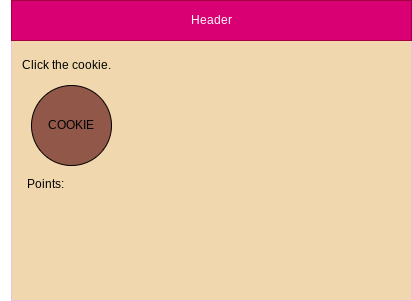
This is design/story-board.png from Liya-Getachew/ICS2O-Unit6-02-cookie-clicker, a draw.io export, as it was before one commit. Source tidied: cells renumbered, new cells last; positions are measured from the earlier drawing's top-left corner, leaving out a move shared by most shapes. The source it was exported from:
```xml
<mxGraphModel>
  <root>
    <mxCell id="0" />
    <mxCell id="1" parent="0" />
    <mxCell id="2" style="rounded=0;whiteSpace=wrap;html=1;strokeColor=#F0BEE1;fillColor=#F0D7AD;" parent="1" vertex="1">
      <mxGeometry x="11" width="400" height="300" as="geometry" />
    </mxCell>
    <mxCell id="3" value="Header" style="rounded=0;whiteSpace=wrap;html=1;fillColor=#d80073;fontColor=#ffffff;strokeColor=#A50040;" parent="1" vertex="1">
      <mxGeometry x="11" width="400" height="40" as="geometry" />
    </mxCell>
    <mxCell id="4" value="COOKIE" style="ellipse;whiteSpace=wrap;html=1;strokeColor=#000000;fillColor=#915749;" parent="1" vertex="1">
      <mxGeometry x="31" y="85" width="80" height="80" as="geometry" />
    </mxCell>
    <mxCell id="5" value="&lt;font color=&quot;#000000&quot;&gt;Click the cookie.&lt;/font&gt;" style="text;html=1;strokeColor=none;fillColor=none;align=center;verticalAlign=middle;whiteSpace=wrap;rounded=0;" parent="1" vertex="1">
      <mxGeometry x="11" y="50" width="110" height="30" as="geometry" />
    </mxCell>
    <mxCell id="6" value="Points:" style="text;html=1;strokeColor=none;fillColor=none;align=center;verticalAlign=middle;whiteSpace=wrap;rounded=0;fontColor=#000000;" parent="1" vertex="1">
      <mxGeometry y="169" width="90" height="30" as="geometry" />
    </mxCell>
  </root>
</mxGraphModel>
```
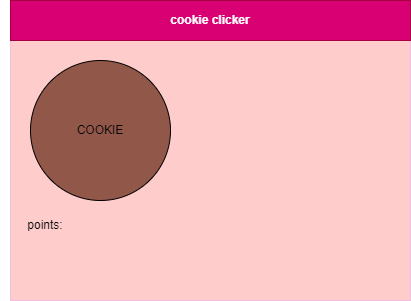
Above is the later version.

Commit message:
board and chart

The edit, as a diff of the source:
```diff
@@ -2,20 +2,17 @@
   <root>
     <mxCell id="0" />
     <mxCell id="1" parent="0" />
-    <mxCell id="2" style="rounded=0;whiteSpace=wrap;html=1;strokeColor=#F0BEE1;fillColor=#F0D7AD;" parent="1" vertex="1">
+    <mxCell id="2" style="rounded=0;whiteSpace=wrap;html=1;strokeColor=#F0BEE1;fillColor=#FFCCCC;" parent="1" vertex="1">
       <mxGeometry x="11" width="400" height="300" as="geometry" />
     </mxCell>
-    <mxCell id="3" value="Header" style="rounded=0;whiteSpace=wrap;html=1;fillColor=#d80073;fontColor=#ffffff;strokeColor=#A50040;" parent="1" vertex="1">
+    <mxCell id="3" value="cookie clicker" style="rounded=0;whiteSpace=wrap;html=1;fillColor=#d80073;fontColor=#ffffff;strokeColor=#A50040;fontStyle=1;" parent="1" vertex="1">
       <mxGeometry x="11" width="400" height="40" as="geometry" />
     </mxCell>
     <mxCell id="4" value="COOKIE" style="ellipse;whiteSpace=wrap;html=1;strokeColor=#000000;fillColor=#915749;" parent="1" vertex="1">
-      <mxGeometry x="31" y="85" width="80" height="80" as="geometry" />
+      <mxGeometry x="31" y="60" width="140" height="140" as="geometry" />
     </mxCell>
-    <mxCell id="5" value="&lt;font color=&quot;#000000&quot;&gt;Click the cookie.&lt;/font&gt;" style="text;html=1;strokeColor=none;fillColor=none;align=center;verticalAlign=middle;whiteSpace=wrap;rounded=0;" parent="1" vertex="1">
-      <mxGeometry x="11" y="50" width="110" height="30" as="geometry" />
-    </mxCell>
-    <mxCell id="6" value="Points:" style="text;html=1;strokeColor=none;fillColor=none;align=center;verticalAlign=middle;whiteSpace=wrap;rounded=0;fontColor=#000000;" parent="1" vertex="1">
-      <mxGeometry y="169" width="90" height="30" as="geometry" />
+    <mxCell id="6" value="points:" style="text;html=1;strokeColor=none;fillColor=none;align=center;verticalAlign=middle;whiteSpace=wrap;rounded=0;fontColor=#000000;" parent="1" vertex="1">
+      <mxGeometry x="1" y="210" width="90" height="30" as="geometry" />
     </mxCell>
   </root>
 </mxGraphModel>
```
